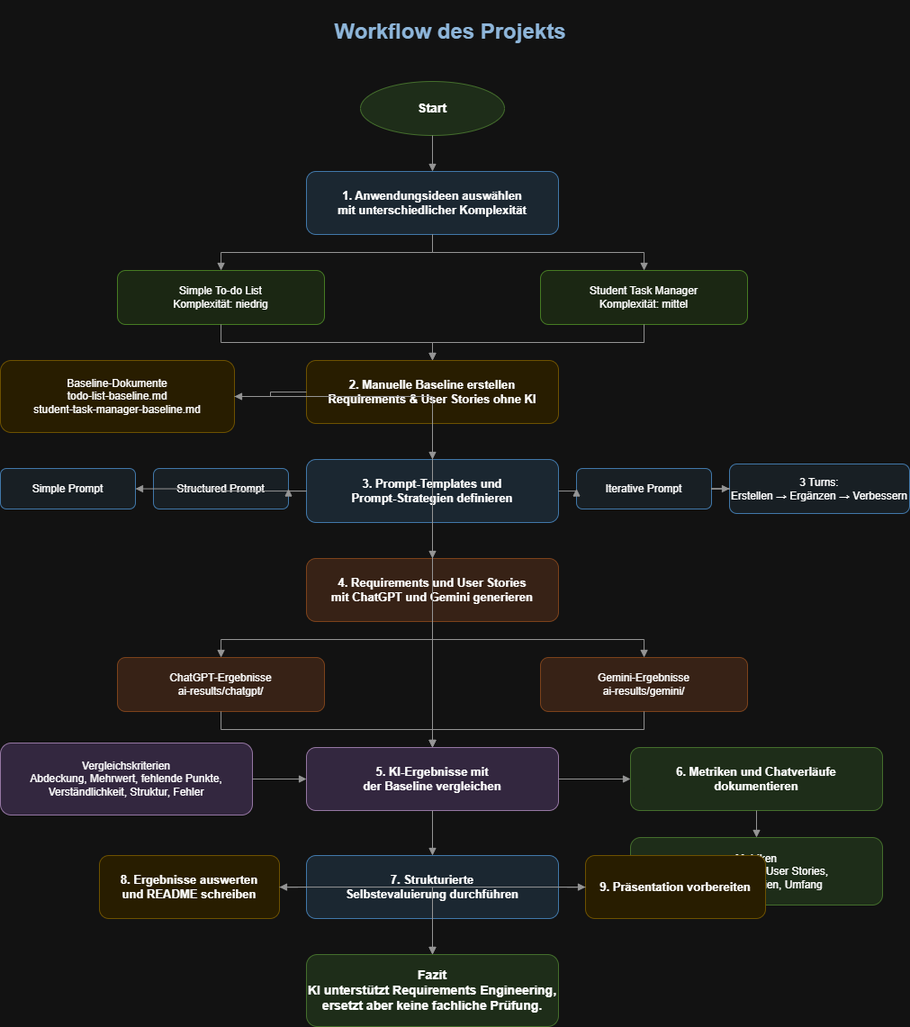
kis4-2026ss/projekt-g1-berghofer-boettger keeps this draw.io diagram as presentation/workflow.drawio.png. Above is the earlier version. Source tidied: cells renumbered, new cells last; positions are measured from the earlier drawing's top-left corner, leaving out a move shared by most shapes.
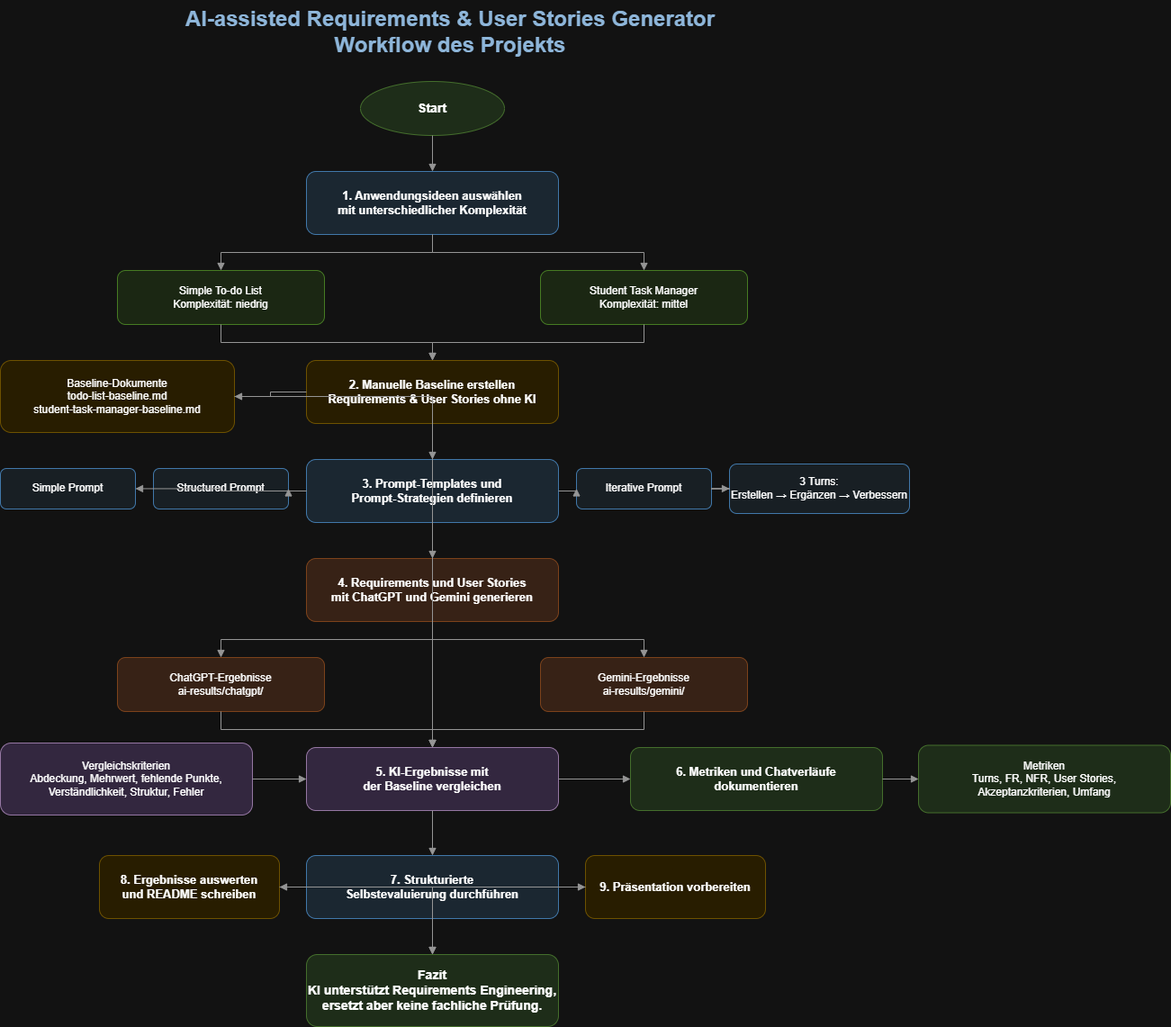
After the change.

The edit, as a diff of the source:
```diff
@@ -2,9 +2,9 @@
   <root>
     <mxCell id="0" />
     <mxCell id="1" parent="0" />
-    <mxCell id="2" value="Workflow des Projekts" style="text;html=1;strokeColor=none;fillColor=none;align=center;verticalAlign=middle;whiteSpace=wrap;rounded=0;fontSize=24;fontStyle=1;fontColor=#1F4E78;" parent="1" vertex="1">
-      <mxGeometry x="120" width="760" height="70" as="geometry" />
-    </mxCell>
+    <mxCell id="50" value="AI-assisted Requirements &amp; User Stories Generator&#10;Workflow des Projekts" style="text;html=1;strokeColor=none;fillColor=none;align=center;verticalAlign=middle;whiteSpace=wrap;rounded=0;fontSize=24;fontStyle=1;fontColor=#1F4E78;" parent="1" vertex="1">
+      <mxGeometry x="120" width="760" height="70" as="geometry" />
+    </mxCell>
     <mxCell id="3" value="Start" style="ellipse;whiteSpace=wrap;html=1;fillColor=#D9EAD3;strokeColor=#82B366;fontSize=14;fontStyle=1;" parent="1" vertex="1">
       <mxGeometry x="400" y="90" width="160" height="60" as="geometry" />
     </mxCell>
@@ -57,7 +57,7 @@
       <mxGeometry x="700" y="830" width="280" height="70" as="geometry" />
     </mxCell>
     <mxCell id="20" value="Metriken&#10;Turns, FR, NFR, User Stories,&#10;Akzeptanzkriterien, Umfang" style="rounded=1;whiteSpace=wrap;html=1;fillColor=#D9EAD3;strokeColor=#82B366;fontSize=12;" parent="1" vertex="1">
-      <mxGeometry x="700" y="930" width="280" height="75" as="geometry" />
+      <mxGeometry x="1020" y="827.5" width="280" height="75" as="geometry" />
     </mxCell>
     <mxCell id="21" value="7. Strukturierte&#10;Selbstevaluierung durchführen" style="rounded=1;whiteSpace=wrap;html=1;fillColor=#DDEBF7;strokeColor=#5B9BD5;fontSize=13;fontStyle=1;" parent="1" vertex="1">
       <mxGeometry x="340" y="950" width="280" height="70" as="geometry" />
```
